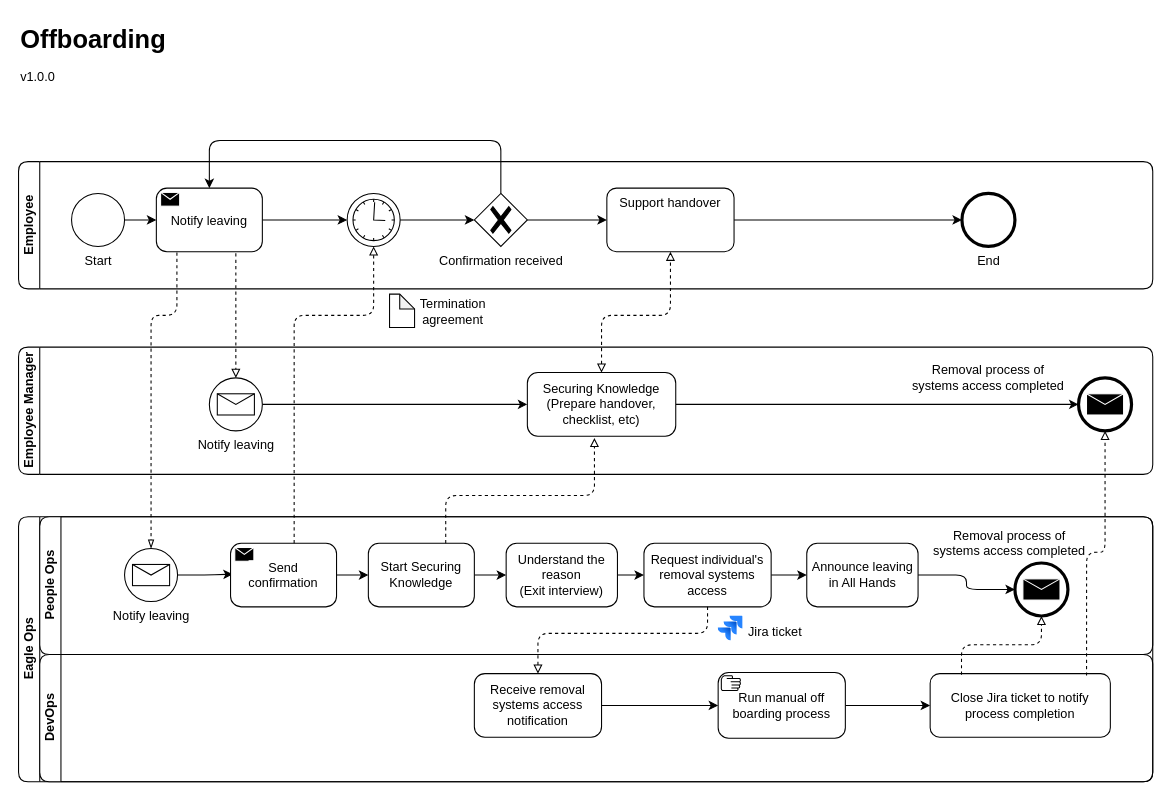
Earlier version of the draw.io diagram page "Offboarding" (1 of 5) of diagrams/eagleops-processes.drawio (chilcano/how-tos). Source tidied: cells renumbered, new cells numbered last; positions are measured from the earlier drawing's top-left corner, leaving out a move shared by most shapes. Both pictures are drawn from the tidied source at 106%, with x=0, y=0 at pixel (18, 18).
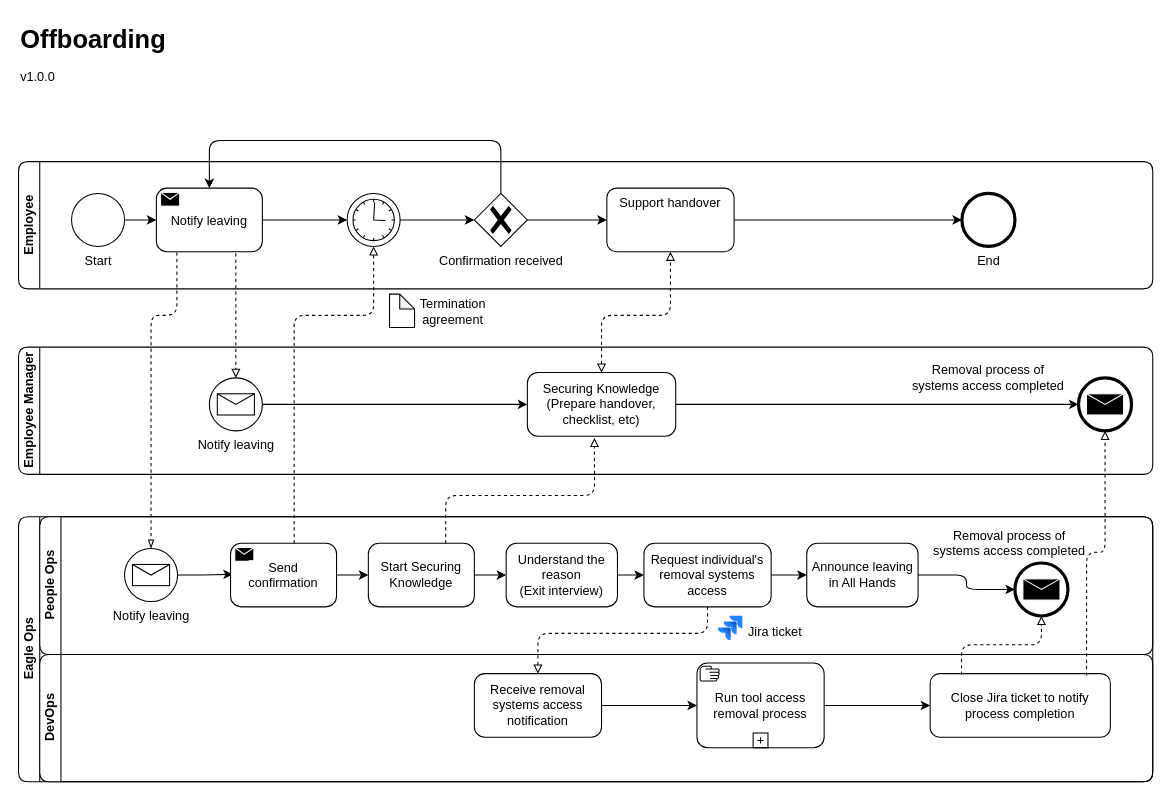
After the change.

Commit message (it also covers changes not shown here):
feat: add bpmn diagram for 'remove access to tool'

The change refers to these unchanged cells:
```xml
<mxCell id="20" value="DevOps" style="swimlane;startSize=20;horizontal=0;html=1;rounded=1;" parent="2" vertex="1">
  <mxGeometry x="20" y="130" width="1050" height="120" as="geometry" />
</mxCell>
<mxCell id="22" value="Receive removal systems access notification" style="points=[[0.25,0,0],[0.5,0,0],[0.75,0,0],[1,0.25,0],[1,0.5,0],[1,0.75,0],[0.75,1,0],[0.5,1,0],[0.25,1,0],[0,0.75,0],[0,0.5,0],[0,0.25,0]];shape=mxgraph.bpmn.task;whiteSpace=wrap;rectStyle=rounded;size=10;html=1;taskMarker=abstract;rounded=1;" parent="20" vertex="1">
  <mxGeometry x="410" y="18" width="120" height="60" as="geometry" />
</mxCell>
<mxCell id="25" value="Close Jira ticket to notify process completion" style="whiteSpace=wrap;html=1;rounded=1;" parent="20" vertex="1">
  <mxGeometry x="840" y="18" width="170" height="60" as="geometry" />
</mxCell>
```

Diff of the diagram source:
```diff
@@
-    <mxCell id="21" style="edgeStyle=orthogonalEdgeStyle;rounded=1;jettySize=auto;html=1;entryX=0;entryY=0.5;entryDx=0;entryDy=0;entryPerimeter=0;" parent="20" edge="1" source="22" target="24">
+    <mxCell id="21" style="edgeStyle=orthogonalEdgeStyle;rounded=1;jettySize=auto;html=1;entryX=0;entryY=0.5;entryDx=0;entryDy=0;entryPerimeter=0;" parent="20" edge="1" source="22" target="58">
       <mxGeometry relative="1" as="geometry" />
     </mxCell>
@@
-    <mxCell id="23" style="edgeStyle=orthogonalEdgeStyle;rounded=1;jettySize=auto;html=1;" parent="20" edge="1" source="24" target="25">
+    <mxCell id="23" style="edgeStyle=orthogonalEdgeStyle;rounded=1;jettySize=auto;html=1;exitX=1;exitY=0.5;exitDx=0;exitDy=0;exitPerimeter=0;" parent="20" edge="1" source="58" target="25">
       <mxGeometry relative="1" as="geometry" />
     </mxCell>
-    <mxCell id="24" value="Run manual off boarding process" style="points=[[0.25,0,0],[0.5,0,0],[0.75,0,0],[1,0.25,0],[1,0.5,0],[1,0.75,0],[0.75,1,0],[0.5,1,0],[0.25,1,0],[0,0.75,0],[0,0.5,0],[0,0.25,0]];shape=mxgraph.bpmn.task;whiteSpace=wrap;rectStyle=rounded;size=10;html=1;taskMarker=manual;rounded=1;" parent="20" vertex="1">
-      <mxGeometry x="640" y="17" width="120" height="62" as="geometry" />
-    </mxCell>
@@
+    <mxCell id="58" value="Run tool access removal process" style="points=[[0.25,0,0],[0.5,0,0],[0.75,0,0],[1,0.25,0],[1,0.5,0],[1,0.75,0],[0.75,1,0],[0.5,1,0],[0.25,1,0],[0,0.75,0],[0,0.5,0],[0,0.25,0]];shape=mxgraph.bpmn.task;whiteSpace=wrap;rectStyle=rounded;size=10;html=1;taskMarker=manual;isLoopSub=1;" parent="20" vertex="1">
+      <mxGeometry x="620" y="8" width="120" height="80" as="geometry" />
+    </mxCell>
```
